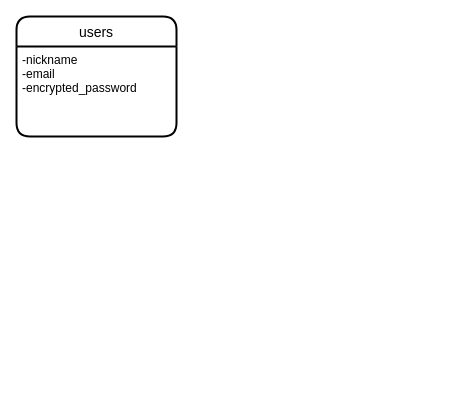
Above: .dio in kakeru-takakusaki/gamebo (draw.io), before the change. Source tidied: cells renumbered, new cells numbered last; positions are measured from the earlier drawing's top-left corner, leaving out a move shared by most shapes. Both pictures are drawn from the tidied source at 100%, with x=0, y=0 at pixel (16, 16).
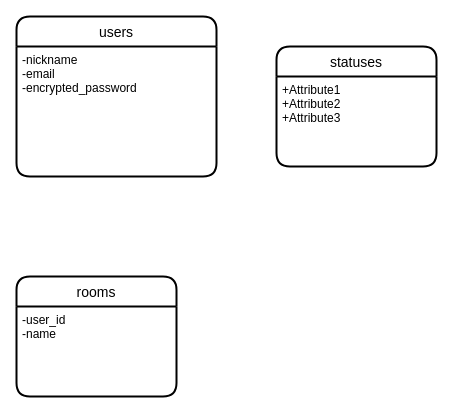
The same page after the edit.

What changed in the source:
```diff
@@
 <mxGraphModel>
   <root>
     <mxCell id="0" />
     <mxCell id="1" parent="0" />
     <mxCell id="2" value="users" style="swimlane;horizontal=1;startSize=30;rounded=1;fontSize=14;fontStyle=0;strokeWidth=2;shadow=0;dashed=0;align=center;" parent="1" vertex="1">
-      <mxGeometry width="160" height="120" as="geometry" />
+      <mxGeometry width="200" height="160" as="geometry" />
     </mxCell>
     <mxCell id="3" value="-nickname&#10;-email&#10;-encrypted_password" style="align=left;strokeColor=none;fillColor=none;spacingLeft=4;fontSize=12;verticalAlign=top;" parent="2" vertex="1">
-      <mxGeometry y="30" width="160" height="90" as="geometry" />
+      <mxGeometry y="30" width="200" height="130" as="geometry" />
     </mxCell>
+    <mxCell id="4" value="statuses" style="swimlane;horizontal=1;startSize=30;rounded=1;fontSize=14;fontStyle=0;strokeWidth=2;shadow=0;dashed=0;align=center;" parent="1" vertex="1">
+      <mxGeometry x="260" y="30" width="160" height="120" as="geometry" />
+    </mxCell>
+    <mxCell id="5" value="+Attribute1&#10;+Attribute2&#10;+Attribute3" style="align=left;strokeColor=none;fillColor=none;spacingLeft=4;fontSize=12;verticalAlign=top;" parent="4" vertex="1">
+      <mxGeometry y="30" width="160" height="90" as="geometry" />
+    </mxCell>
+    <mxCell id="6" value="rooms" style="swimlane;horizontal=1;startSize=30;rounded=1;fontSize=14;fontStyle=0;strokeWidth=2;shadow=0;dashed=0;align=center;" parent="1" vertex="1">
+      <mxGeometry y="260" width="160" height="120" as="geometry" />
+    </mxCell>
+    <mxCell id="7" value="-user_id&#10;-name" style="align=left;strokeColor=none;fillColor=none;spacingLeft=4;fontSize=12;verticalAlign=top;" parent="6" vertex="1">
+      <mxGeometry y="30" width="160" height="90" as="geometry" />
+    </mxCell>
   </root>
 </mxGraphModel>
```
